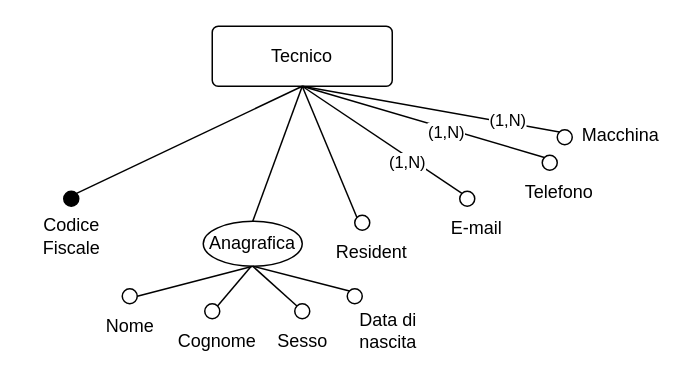
fedeStaffo/Progetto_Basi_di_dati keeps this draw.io diagram as Diagrammi/tecnico.drawio. Above is the earlier version. Source tidied: cells renumbered, new cells numbered last; positions are measured from the earlier drawing's top-left corner, leaving out a move shared by most shapes. Both pictures are drawn from the tidied source at 150%, with x=0, y=0 at pixel (26, 26).
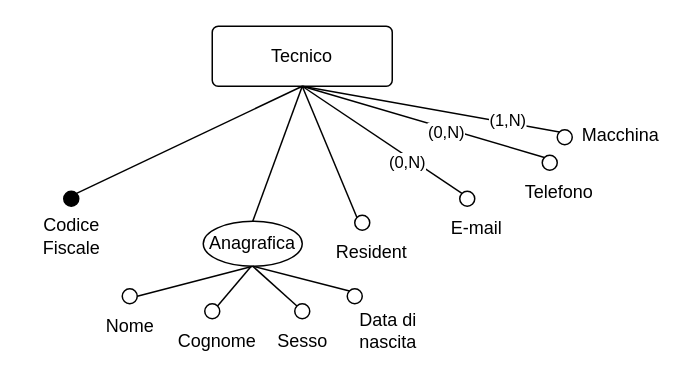
Above is the later version.

Unchanged cells that the change refers to:
```xml
<mxCell id="27" style="endArrow=none;html=1;rounded=0;entryX=0.5;entryY=1;entryDx=0;entryDy=0;exitX=0;exitY=0;exitDx=0;exitDy=0;" parent="1" edge="1" source="23" target="2">
  <mxGeometry relative="1" as="geometry" />
</mxCell>
<mxCell id="29" style="endArrow=none;html=1;rounded=0;entryX=0.5;entryY=1;entryDx=0;entryDy=0;exitX=0;exitY=0;exitDx=0;exitDy=0;" parent="1" edge="1" source="25" target="2">
  <mxGeometry relative="1" as="geometry" />
</mxCell>
```

Diff of the diagram source:
```diff
@@
-    <mxCell id="28" value="(1,N)" style="edgeLabel;html=1;align=center;verticalAlign=middle;" parent="27" vertex="1">
+    <mxCell id="28" value="(0,N)" style="edgeLabel;html=1;align=center;verticalAlign=middle;" parent="27" vertex="1">
       <mxGeometry x="-0.34" y="3" relative="1" as="geometry" />
     </mxCell>
@@
-    <mxCell id="30" value="(1,N)" style="edgeLabel;html=1;align=center;verticalAlign=middle;" parent="29" vertex="1">
+    <mxCell id="30" value="(0,N)" style="edgeLabel;html=1;align=center;verticalAlign=middle;" parent="29" vertex="1">
       <mxGeometry x="-0.47" y="-1" relative="1" as="geometry">
         <mxPoint x="-23" y="-3" as="offset" />
       </mxGeometry>
     </mxCell>
```
